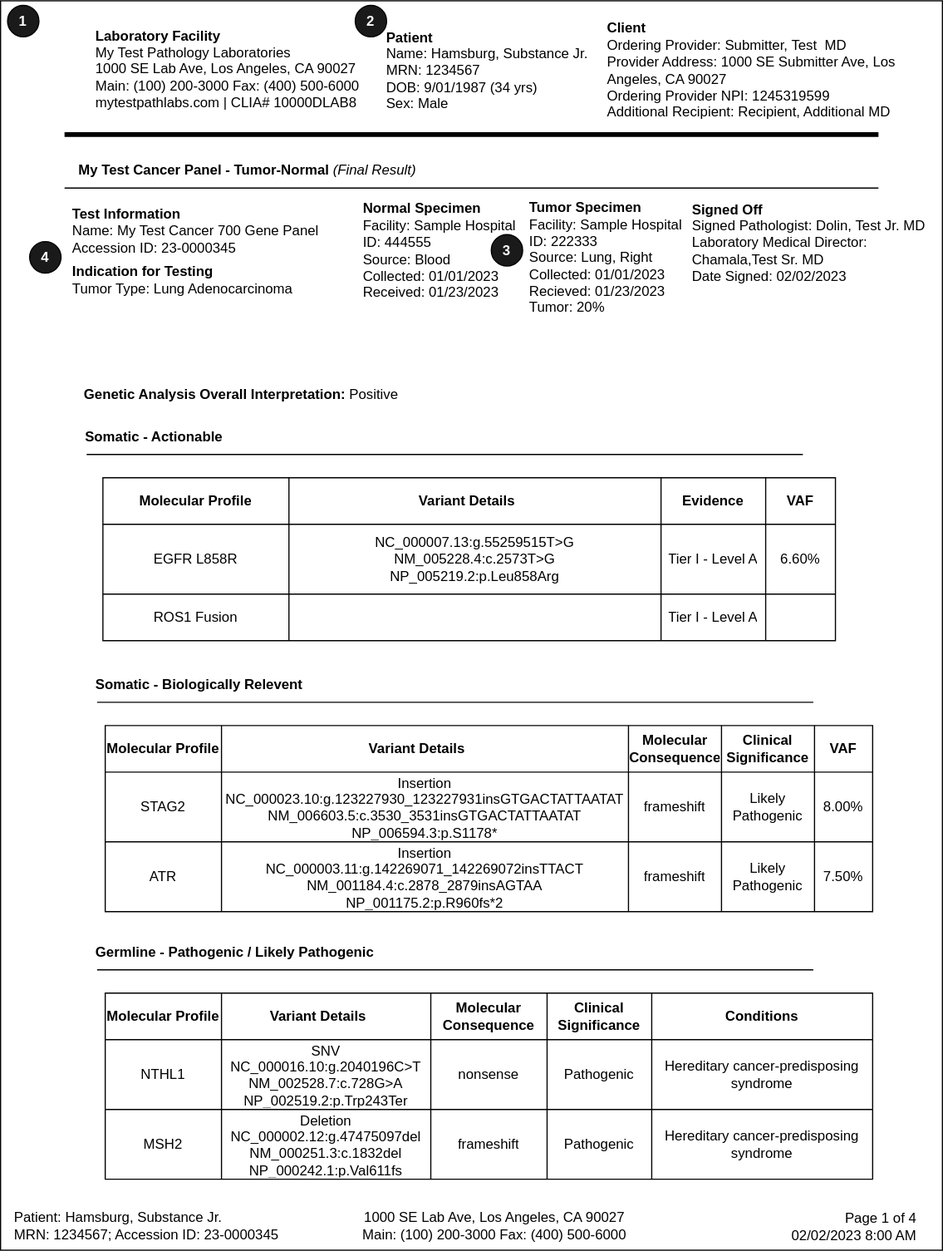
Earlier version of the draw.io export input/images/Report_Page1.svg (HL7/genomics-reporting). Source tidied: cells renumbered, new cells last; positions are measured from the earlier drawing's top-left corner, leaving out a move shared by most shapes.
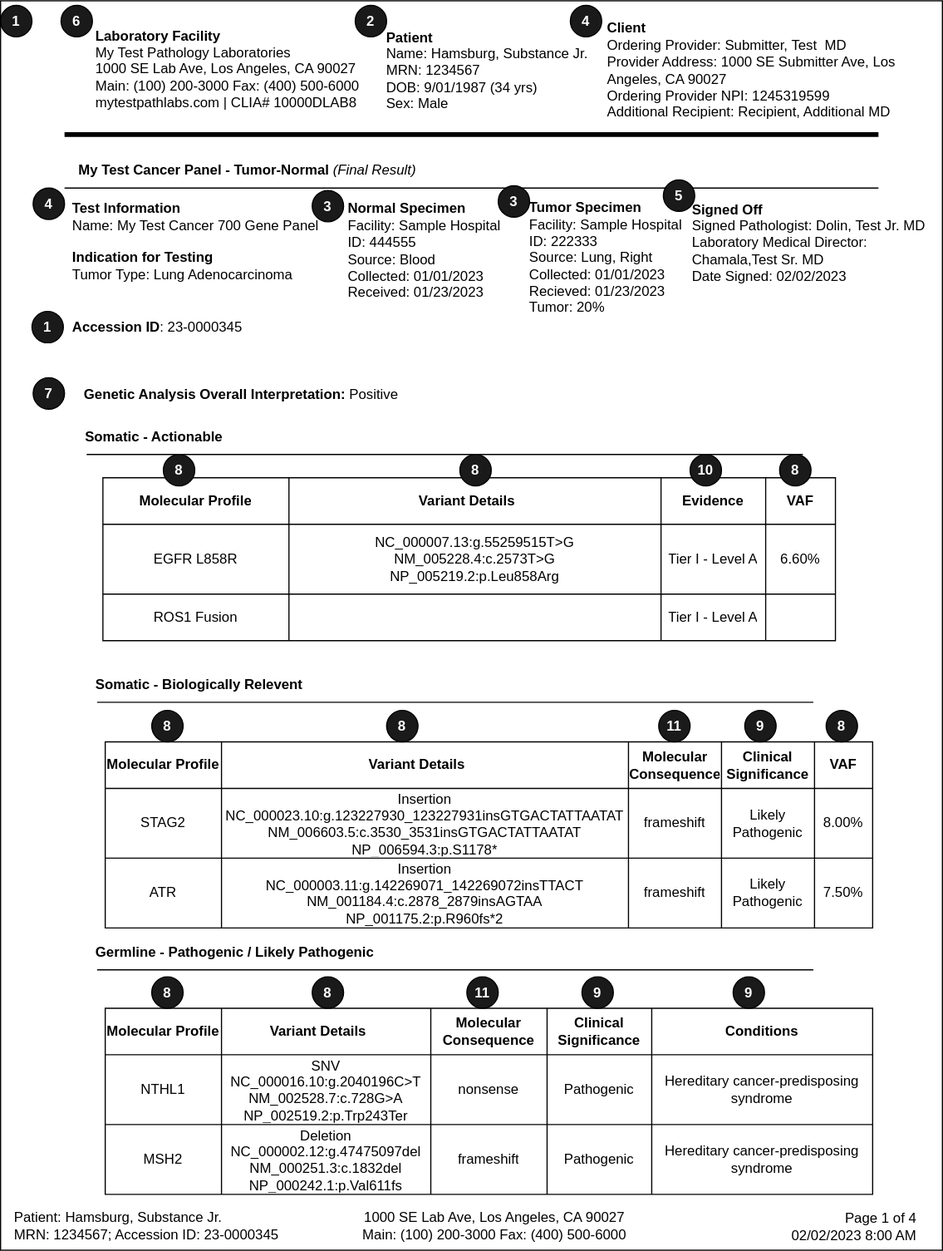
The same file after the commit.

What changed in the source:
```diff
@@ -36,10 +36,10 @@
       <mxGeometry x="70" y="324" width="315" height="30" as="geometry" />
     </mxCell>
     <mxCell id="12" value="Normal Specimen&lt;br&gt;&lt;span style=&quot;font-weight: normal;&quot;&gt;Facility: Sample Hospital&lt;br&gt;&lt;/span&gt;&lt;span style=&quot;font-weight: 400;&quot;&gt;ID: 444555&lt;/span&gt;&lt;br style=&quot;border-color: var(--border-color); font-weight: 400;&quot;&gt;&lt;span style=&quot;font-weight: 400;&quot;&gt;Source: Blood&lt;/span&gt;&lt;br&gt;&lt;span style=&quot;font-weight: normal;&quot;&gt;Collected: 01/01/2023&lt;/span&gt;&lt;br&gt;&lt;span style=&quot;font-weight: normal;&quot;&gt;Received: 01/23/2023&lt;/span&gt;" style="text;html=1;strokeColor=none;fillColor=none;align=left;verticalAlign=middle;whiteSpace=wrap;rounded=0;fontStyle=1;" parent="1" vertex="1">
-      <mxGeometry x="310" y="171" width="139" height="87" as="geometry" />
+      <mxGeometry x="297" y="171" width="139" height="87" as="geometry" />
     </mxCell>
-    <mxCell id="13" value="Test Information&lt;br&gt;&lt;span style=&quot;font-weight: normal;&quot;&gt;Name: My Test Cancer 700 Gene Panel&lt;br&gt;&lt;/span&gt;&lt;span style=&quot;font-weight: 400;&quot;&gt;Accession ID&lt;/span&gt;&lt;span style=&quot;font-weight: normal;&quot;&gt;: 23-0000345&lt;br&gt;&lt;/span&gt;" style="text;html=1;strokeColor=none;fillColor=none;align=left;verticalAlign=middle;whiteSpace=wrap;rounded=0;fontStyle=1;" parent="1" vertex="1">
-      <mxGeometry x="60" y="171" width="260" height="53" as="geometry" />
+    <mxCell id="13" value="Test Information&lt;br&gt;&lt;span style=&quot;font-weight: normal;&quot;&gt;Name: My Test Cancer 700 Gene Panel&lt;/span&gt;&lt;span style=&quot;font-weight: normal;&quot;&gt;&lt;br&gt;&lt;/span&gt;" style="text;html=1;strokeColor=none;fillColor=none;align=left;verticalAlign=middle;whiteSpace=wrap;rounded=0;fontStyle=1;" parent="1" vertex="1">
+      <mxGeometry x="60" y="159" width="260" height="53" as="geometry" />
     </mxCell>
     <mxCell id="14" style="endArrow=none;html=1;rounded=0;" parent="1" edge="1">
       <mxGeometry relative="1" as="geometry">
@@ -51,7 +51,7 @@
       <mxGeometry x="71" y="360" width="315" height="30" as="geometry" />
     </mxCell>
     <mxCell id="16" style="shape=table;startSize=0;" parent="1" vertex="1">
-      <mxGeometry x="90" y="623" width="660" height="160" as="geometry" />
+      <mxGeometry x="90" y="637" width="660" height="160" as="geometry" />
     </mxCell>
     <mxCell id="17" style="shape=tableRow;horizontal=0;startSize=0;swimlaneHead=0;swimlaneBody=0;strokeColor=inherit;top=0;left=0;bottom=0;right=0;fillColor=none;" parent="16" vertex="1">
       <mxGeometry width="660" height="40" as="geometry" />
@@ -174,7 +174,7 @@
       <mxGeometry x="670" y="1034" width="120" height="40" as="geometry" />
     </mxCell>
     <mxCell id="56" style="shape=table;startSize=0;" parent="1" vertex="1">
-      <mxGeometry x="90" y="853" width="660" height="160" as="geometry" />
+      <mxGeometry x="90" y="866" width="660" height="160" as="geometry" />
     </mxCell>
     <mxCell id="57" style="shape=tableRow;horizontal=0;startSize=0;swimlaneHead=0;swimlaneBody=0;strokeColor=inherit;top=0;left=0;bottom=0;right=0;fillColor=none;" parent="56" vertex="1">
       <mxGeometry width="660" height="40" as="geometry" />
@@ -243,19 +243,82 @@
       <mxGeometry x="593" y="171" width="210" height="73" as="geometry" />
     </mxCell>
     <mxCell id="78" value="Indication for Testing&lt;br&gt;&lt;span style=&quot;font-weight: normal;&quot;&gt;Tumor Type:&lt;/span&gt;&amp;nbsp;&lt;span style=&quot;font-weight: 400;&quot;&gt;Lung Adenocarcinoma&lt;/span&gt;" style="text;html=1;strokeColor=none;fillColor=none;align=left;verticalAlign=middle;whiteSpace=wrap;rounded=0;fontStyle=1;" parent="1" vertex="1">
-      <mxGeometry x="60" y="216" width="260" height="48" as="geometry" />
+      <mxGeometry x="60" y="207" width="260" height="41" as="geometry" />
     </mxCell>
     <mxCell id="79" value="&lt;font color=&quot;#ffffff&quot; style=&quot;font-size: 12px;&quot;&gt;&lt;b&gt;4&lt;/b&gt;&lt;/font&gt;" style="ellipse;whiteSpace=wrap;html=1;fillColor=#1A1A1A;direction=south;" parent="1" vertex="1">
-      <mxGeometry x="25" y="207" width="27" height="27" as="geometry" />
+      <mxGeometry x="28" y="161" width="27" height="27" as="geometry" />
     </mxCell>
     <mxCell id="80" value="&lt;font color=&quot;#ffffff&quot; style=&quot;font-size: 12px;&quot;&gt;&lt;b&gt;2&lt;/b&gt;&lt;/font&gt;" style="ellipse;whiteSpace=wrap;html=1;fillColor=#1A1A1A;direction=south;" parent="1" vertex="1">
       <mxGeometry x="305" y="4" width="27" height="27" as="geometry" />
     </mxCell>
     <mxCell id="81" value="&lt;font color=&quot;#ffffff&quot; style=&quot;font-size: 12px;&quot;&gt;&lt;b&gt;1&lt;/b&gt;&lt;/font&gt;" style="ellipse;whiteSpace=wrap;html=1;fillColor=#1A1A1A;direction=south;" parent="1" vertex="1">
-      <mxGeometry x="6" y="4" width="27" height="27" as="geometry" />
+      <mxGeometry y="4" width="27" height="27" as="geometry" />
     </mxCell>
     <mxCell id="82" value="&lt;font color=&quot;#ffffff&quot;&gt;&lt;b&gt;3&lt;/b&gt;&lt;/font&gt;" style="ellipse;whiteSpace=wrap;html=1;fillColor=#1A1A1A;direction=south;" parent="1" vertex="1">
-      <mxGeometry x="422" y="201" width="27" height="27" as="geometry" />
+      <mxGeometry x="428" y="159" width="27" height="27" as="geometry" />
     </mxCell>
+    <mxCell id="83" value="&lt;font color=&quot;#ffffff&quot; style=&quot;font-size: 12px;&quot;&gt;&lt;b&gt;6&lt;/b&gt;&lt;/font&gt;" style="ellipse;whiteSpace=wrap;html=1;fillColor=#1A1A1A;direction=south;" parent="1" vertex="1">
+      <mxGeometry x="52" y="4" width="27" height="27" as="geometry" />
+    </mxCell>
+    <mxCell id="84" value="&lt;font color=&quot;#ffffff&quot; style=&quot;font-size: 12px;&quot;&gt;&lt;b&gt;4&lt;/b&gt;&lt;/font&gt;" style="ellipse;whiteSpace=wrap;html=1;fillColor=#1A1A1A;direction=south;" parent="1" vertex="1">
+      <mxGeometry x="490" y="4" width="27" height="27" as="geometry" />
+    </mxCell>
+    <mxCell id="85" value="&lt;font color=&quot;#ffffff&quot;&gt;&lt;b&gt;3&lt;/b&gt;&lt;/font&gt;" style="ellipse;whiteSpace=wrap;html=1;fillColor=#1A1A1A;direction=south;" parent="1" vertex="1">
+      <mxGeometry x="268" y="163" width="27" height="27" as="geometry" />
+    </mxCell>
+    <mxCell id="86" value="Accession ID&lt;span style=&quot;font-weight: normal;&quot;&gt;: 23-0000345&lt;br&gt;&lt;/span&gt;" style="text;html=1;strokeColor=none;fillColor=none;align=left;verticalAlign=middle;whiteSpace=wrap;rounded=0;fontStyle=1;" parent="1" vertex="1">
+      <mxGeometry x="60" y="254" width="260" height="53" as="geometry" />
+    </mxCell>
+    <mxCell id="87" value="&lt;font color=&quot;#ffffff&quot; style=&quot;font-size: 12px;&quot;&gt;&lt;b&gt;1&lt;/b&gt;&lt;/font&gt;" style="ellipse;whiteSpace=wrap;html=1;fillColor=#1A1A1A;direction=south;" parent="1" vertex="1">
+      <mxGeometry x="27" y="267" width="27" height="27" as="geometry" />
+    </mxCell>
+    <mxCell id="88" value="&lt;font color=&quot;#ffffff&quot; style=&quot;font-size: 12px;&quot;&gt;&lt;b&gt;7&lt;/b&gt;&lt;/font&gt;" style="ellipse;whiteSpace=wrap;html=1;fillColor=#1A1A1A;direction=south;" parent="1" vertex="1">
+      <mxGeometry x="28" y="324" width="27" height="27" as="geometry" />
+    </mxCell>
+    <mxCell id="89" value="&lt;font color=&quot;#ffffff&quot; style=&quot;font-size: 12px;&quot;&gt;&lt;b&gt;8&lt;/b&gt;&lt;/font&gt;" style="ellipse;whiteSpace=wrap;html=1;fillColor=#1A1A1A;direction=south;" parent="1" vertex="1">
+      <mxGeometry x="140" y="390" width="27" height="27" as="geometry" />
+    </mxCell>
+    <mxCell id="90" value="&lt;font color=&quot;#ffffff&quot; style=&quot;font-size: 12px;&quot;&gt;&lt;b&gt;8&lt;/b&gt;&lt;/font&gt;" style="ellipse;whiteSpace=wrap;html=1;fillColor=#1A1A1A;direction=south;" parent="1" vertex="1">
+      <mxGeometry x="395" y="390" width="27" height="27" as="geometry" />
+    </mxCell>
+    <mxCell id="91" value="&lt;font color=&quot;#ffffff&quot; style=&quot;font-size: 12px;&quot;&gt;&lt;b&gt;10&lt;/b&gt;&lt;/font&gt;" style="ellipse;whiteSpace=wrap;html=1;fillColor=#1A1A1A;direction=south;" parent="1" vertex="1">
+      <mxGeometry x="593" y="390" width="27" height="27" as="geometry" />
+    </mxCell>
+    <mxCell id="92" value="&lt;font color=&quot;#ffffff&quot; style=&quot;font-size: 12px;&quot;&gt;&lt;b&gt;8&lt;/b&gt;&lt;/font&gt;" style="ellipse;whiteSpace=wrap;html=1;fillColor=#1A1A1A;direction=south;" parent="1" vertex="1">
+      <mxGeometry x="670" y="390" width="27" height="27" as="geometry" />
+    </mxCell>
+    <mxCell id="93" value="&lt;font color=&quot;#ffffff&quot; style=&quot;font-size: 12px;&quot;&gt;&lt;b&gt;8&lt;/b&gt;&lt;/font&gt;" style="ellipse;whiteSpace=wrap;html=1;fillColor=#1A1A1A;direction=south;" parent="1" vertex="1">
+      <mxGeometry x="130" y="610" width="27" height="27" as="geometry" />
+    </mxCell>
+    <mxCell id="94" value="&lt;font color=&quot;#ffffff&quot; style=&quot;font-size: 12px;&quot;&gt;&lt;b&gt;8&lt;/b&gt;&lt;/font&gt;" style="ellipse;whiteSpace=wrap;html=1;fillColor=#1A1A1A;direction=south;" parent="1" vertex="1">
+      <mxGeometry x="332" y="610" width="27" height="27" as="geometry" />
+    </mxCell>
+    <mxCell id="95" value="&lt;font color=&quot;#ffffff&quot; style=&quot;font-size: 12px;&quot;&gt;&lt;b&gt;11&lt;/b&gt;&lt;/font&gt;" style="ellipse;whiteSpace=wrap;html=1;fillColor=#1A1A1A;direction=south;" parent="1" vertex="1">
+      <mxGeometry x="566" y="610" width="27" height="27" as="geometry" />
+    </mxCell>
+    <mxCell id="96" value="&lt;font color=&quot;#ffffff&quot; style=&quot;font-size: 12px;&quot;&gt;&lt;b&gt;9&lt;/b&gt;&lt;/font&gt;" style="ellipse;whiteSpace=wrap;html=1;fillColor=#1A1A1A;direction=south;" parent="1" vertex="1">
+      <mxGeometry x="640" y="610" width="27" height="27" as="geometry" />
+    </mxCell>
+    <mxCell id="97" value="&lt;font color=&quot;#ffffff&quot; style=&quot;font-size: 12px;&quot;&gt;&lt;b&gt;8&lt;/b&gt;&lt;/font&gt;" style="ellipse;whiteSpace=wrap;html=1;fillColor=#1A1A1A;direction=south;" parent="1" vertex="1">
+      <mxGeometry x="710" y="610" width="27" height="27" as="geometry" />
+    </mxCell>
+    <mxCell id="98" value="&lt;font color=&quot;#ffffff&quot; style=&quot;font-size: 12px;&quot;&gt;&lt;b&gt;8&lt;/b&gt;&lt;/font&gt;" style="ellipse;whiteSpace=wrap;html=1;fillColor=#1A1A1A;direction=south;" parent="1" vertex="1">
+      <mxGeometry x="130" y="839" width="27" height="27" as="geometry" />
+    </mxCell>
+    <mxCell id="99" value="&lt;font color=&quot;#ffffff&quot; style=&quot;font-size: 12px;&quot;&gt;&lt;b&gt;8&lt;/b&gt;&lt;/font&gt;" style="ellipse;whiteSpace=wrap;html=1;fillColor=#1A1A1A;direction=south;" parent="1" vertex="1">
+      <mxGeometry x="268" y="839" width="27" height="27" as="geometry" />
+    </mxCell>
+    <mxCell id="100" value="&lt;font color=&quot;#ffffff&quot; style=&quot;font-size: 12px;&quot;&gt;&lt;b&gt;11&lt;/b&gt;&lt;/font&gt;" style="ellipse;whiteSpace=wrap;html=1;fillColor=#1A1A1A;direction=south;" parent="1" vertex="1">
+      <mxGeometry x="401" y="839" width="27" height="27" as="geometry" />
+    </mxCell>
+    <mxCell id="101" value="&lt;font color=&quot;#ffffff&quot; style=&quot;font-size: 12px;&quot;&gt;&lt;b&gt;9&lt;/b&gt;&lt;/font&gt;" style="ellipse;whiteSpace=wrap;html=1;fillColor=#1A1A1A;direction=south;" parent="1" vertex="1">
+      <mxGeometry x="500" y="839" width="27" height="27" as="geometry" />
+    </mxCell>
+    <mxCell id="102" value="&lt;font color=&quot;#ffffff&quot; style=&quot;font-size: 12px;&quot;&gt;&lt;b&gt;9&lt;/b&gt;&lt;/font&gt;" style="ellipse;whiteSpace=wrap;html=1;fillColor=#1A1A1A;direction=south;" parent="1" vertex="1">
+      <mxGeometry x="630" y="839" width="27" height="27" as="geometry" />
+    </mxCell>
+    <mxCell id="103" value="&lt;font color=&quot;#ffffff&quot;&gt;&lt;b&gt;5&lt;/b&gt;&lt;/font&gt;" style="ellipse;whiteSpace=wrap;html=1;fillColor=#1A1A1A;direction=south;" parent="1" vertex="1">
+      <mxGeometry x="570" y="154" width="27" height="27" as="geometry" />
+    </mxCell>
   </root>
 </mxGraphModel>
```
